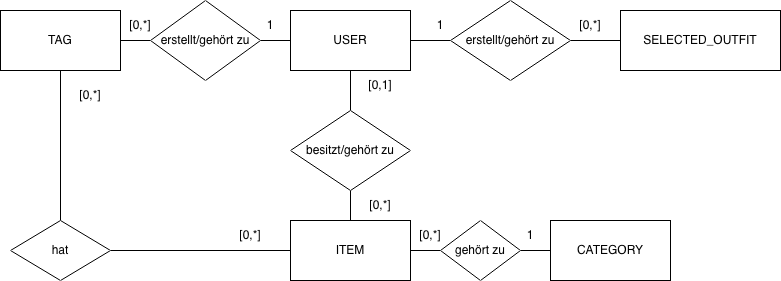
Above: ARTEFACTS/sprint4/db-entwurf/db-erm.png in itproject-onion/onion (draw.io), before the change. Source tidied: cells renumbered, new cells last; positions are measured from the earlier drawing's top-left corner, leaving out a move shared by most shapes.
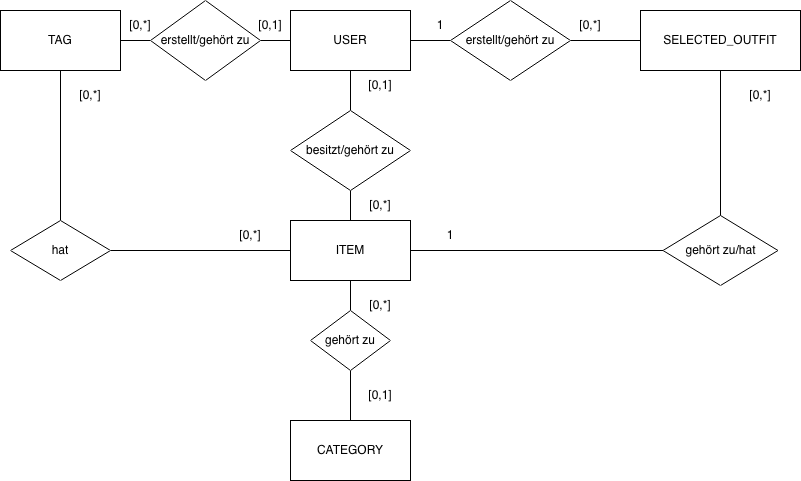
Above is the later version.

What changed in the source:
```diff
@@ -5,23 +5,34 @@
     <mxCell id="2" value="USER" style="rounded=0;whiteSpace=wrap;html=1;" parent="1" vertex="1">
       <mxGeometry x="290" y="10" width="120" height="60" as="geometry" />
     </mxCell>
+    <mxCell id="32" style="edgeStyle=orthogonalEdgeStyle;rounded=0;jettySize=auto;html=1;exitX=1;exitY=0.5;exitDx=0;exitDy=0;entryX=0;entryY=0.5;entryDx=0;entryDy=0;endArrow=none;endFill=0;" parent="1" edge="1" source="3" target="34">
+      <mxGeometry relative="1" as="geometry" />
+    </mxCell>
     <mxCell id="3" value="ITEM" style="rounded=0;whiteSpace=wrap;html=1;" parent="1" vertex="1">
       <mxGeometry x="290" y="220" width="120" height="60" as="geometry" />
     </mxCell>
     <mxCell id="4" value="CATEGORY" style="rounded=0;whiteSpace=wrap;html=1;" parent="1" vertex="1">
-      <mxGeometry x="550" y="220" width="120" height="60" as="geometry" />
+      <mxGeometry x="290" y="420" width="120" height="60" as="geometry" />
     </mxCell>
     <mxCell id="5" value="TAG" style="rounded=0;whiteSpace=wrap;html=1;" parent="1" vertex="1">
       <mxGeometry y="10" width="120" height="60" as="geometry" />
     </mxCell>
+    <mxCell id="33" style="edgeStyle=orthogonalEdgeStyle;rounded=0;jettySize=auto;html=1;exitX=0.5;exitY=1;exitDx=0;exitDy=0;entryX=1;entryY=0.5;entryDx=0;entryDy=0;endArrow=none;endFill=0;" parent="1" edge="1" source="6" target="34">
+      <mxGeometry relative="1" as="geometry">
+        <Array as="points">
+          <mxPoint x="720" y="250" />
+          <mxPoint x="670" y="250" />
+        </Array>
+      </mxGeometry>
+    </mxCell>
     <mxCell id="6" value="SELECTED_OUTFIT" style="rounded=0;whiteSpace=wrap;html=1;" parent="1" vertex="1">
-      <mxGeometry x="620" y="10" width="160" height="60" as="geometry" />
+      <mxGeometry x="640" y="10" width="160" height="60" as="geometry" />
     </mxCell>
     <mxCell id="7" value="besitzt/gehört zu" style="rhombus;whiteSpace=wrap;html=1;" parent="1" vertex="1">
       <mxGeometry x="290" y="110" width="120" height="80" as="geometry" />
     </mxCell>
     <mxCell id="8" value="gehört zu" style="rhombus;whiteSpace=wrap;html=1;" parent="1" vertex="1">
-      <mxGeometry x="440" y="220" width="80" height="60" as="geometry" />
+      <mxGeometry x="310" y="310" width="80" height="60" as="geometry" />
     </mxCell>
     <mxCell id="9" value="erstellt/gehört zu" style="rhombus;whiteSpace=wrap;html=1;" parent="1" vertex="1">
       <mxGeometry x="150" width="110" height="80" as="geometry" />
@@ -65,7 +76,7 @@
     <mxCell id="22" value="[0,*]" style="text;html=1;whiteSpace=wrap;strokeColor=none;fillColor=none;align=center;verticalAlign=middle;rounded=0;" parent="1" vertex="1">
       <mxGeometry x="110" y="10" width="60" height="30" as="geometry" />
     </mxCell>
-    <mxCell id="23" value="1" style="text;html=1;whiteSpace=wrap;strokeColor=none;fillColor=none;align=center;verticalAlign=middle;rounded=0;" parent="1" vertex="1">
+    <mxCell id="23" value="[0,1]" style="text;html=1;whiteSpace=wrap;strokeColor=none;fillColor=none;align=center;verticalAlign=middle;rounded=0;" parent="1" vertex="1">
       <mxGeometry x="240" y="10" width="60" height="30" as="geometry" />
     </mxCell>
     <mxCell id="24" value="1" style="text;html=1;whiteSpace=wrap;strokeColor=none;fillColor=none;align=center;verticalAlign=middle;rounded=0;" parent="1" vertex="1">
@@ -87,10 +98,19 @@
       <mxGeometry x="220" y="220" width="60" height="30" as="geometry" />
     </mxCell>
     <mxCell id="30" value="[0,*]" style="text;html=1;whiteSpace=wrap;strokeColor=none;fillColor=none;align=center;verticalAlign=middle;rounded=0;" parent="1" vertex="1">
-      <mxGeometry x="400" y="220" width="60" height="30" as="geometry" />
+      <mxGeometry x="350" y="290" width="60" height="30" as="geometry" />
     </mxCell>
-    <mxCell id="31" value="1" style="text;html=1;whiteSpace=wrap;strokeColor=none;fillColor=none;align=center;verticalAlign=middle;rounded=0;" parent="1" vertex="1">
-      <mxGeometry x="500" y="220" width="60" height="30" as="geometry" />
+    <mxCell id="31" value="[0,1]" style="text;html=1;whiteSpace=wrap;strokeColor=none;fillColor=none;align=center;verticalAlign=middle;rounded=0;" parent="1" vertex="1">
+      <mxGeometry x="350" y="380" width="60" height="30" as="geometry" />
     </mxCell>
+    <mxCell id="34" value="gehört zu/hat" style="rhombus;whiteSpace=wrap;html=1;" parent="1" vertex="1">
+      <mxGeometry x="662.5" y="215" width="115" height="70" as="geometry" />
+    </mxCell>
+    <mxCell id="35" value="[0,*]" style="text;html=1;whiteSpace=wrap;strokeColor=none;fillColor=none;align=center;verticalAlign=middle;rounded=0;" parent="1" vertex="1">
+      <mxGeometry x="730" y="80" width="60" height="30" as="geometry" />
+    </mxCell>
+    <mxCell id="36" value="1" style="text;html=1;whiteSpace=wrap;strokeColor=none;fillColor=none;align=center;verticalAlign=middle;rounded=0;" parent="1" vertex="1">
+      <mxGeometry x="420" y="220" width="60" height="30" as="geometry" />
+    </mxCell>
   </root>
 </mxGraphModel>
```
